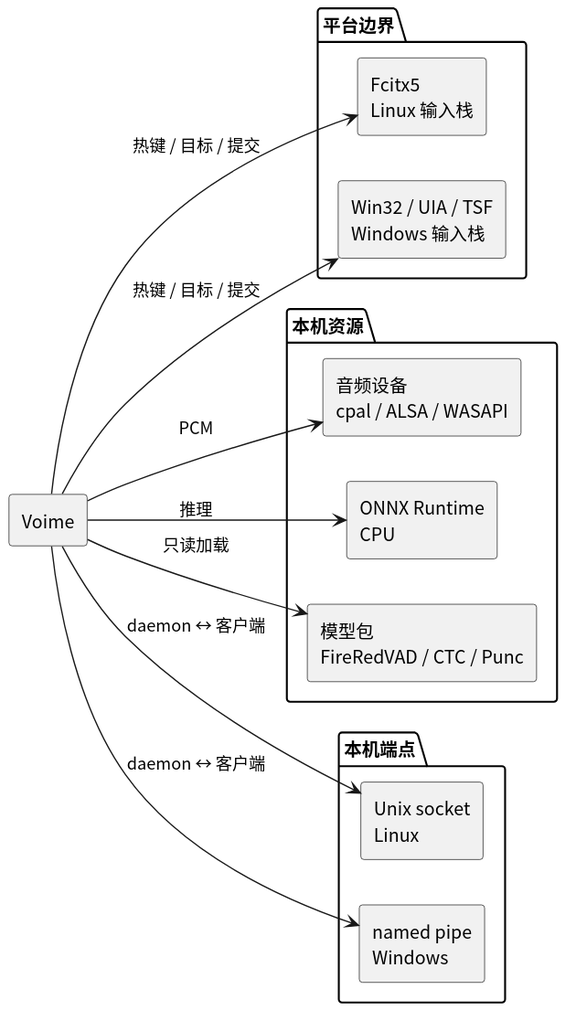
The PlantUML diagram diagram/provider-map.svg in 54m43lJ/voime, before a commit.
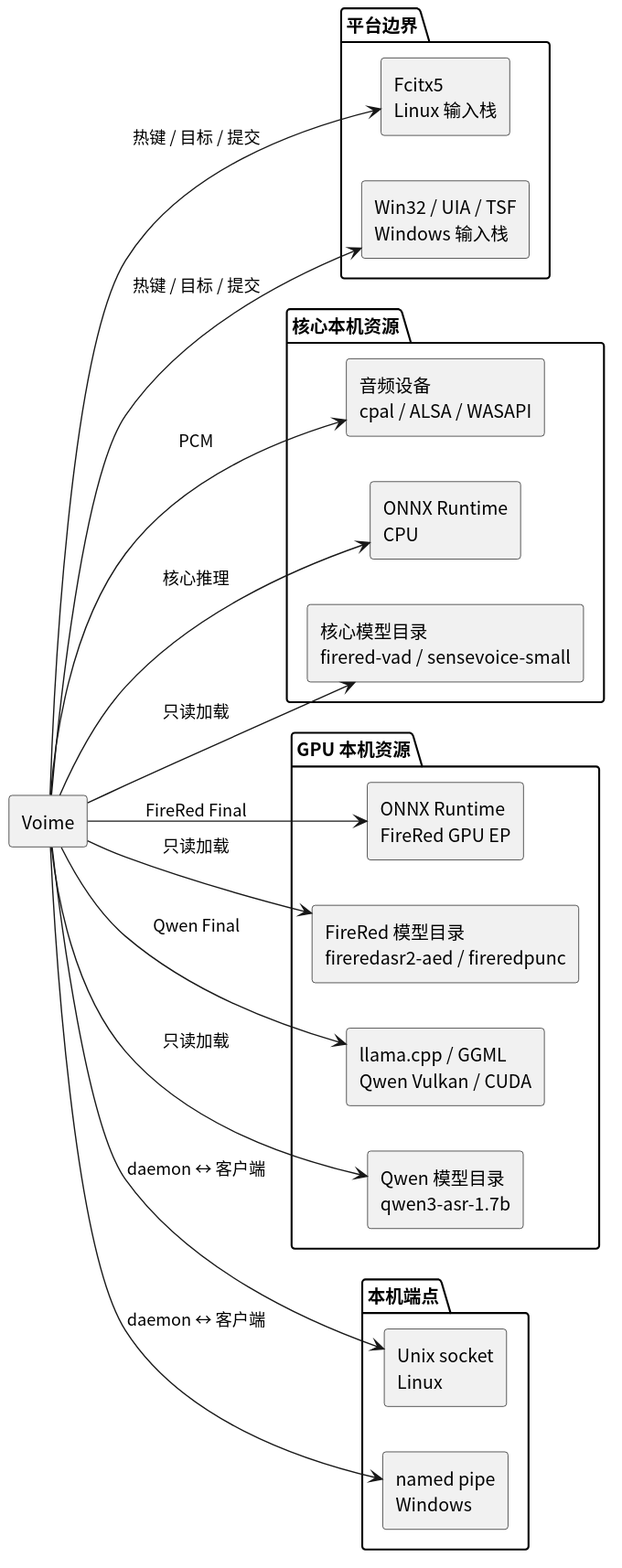
After the change.

Diff of the diagram source:
```diff
@@ -11,10 +11,17 @@
   component "Win32 / UIA / TSF\nWindows 输入栈" as Win
 }
 
-package "本机资源" {
+package "核心本机资源" {
   component "音频设备\ncpal / ALSA / WASAPI" as Audio
-  component "ONNX Runtime\nCPU" as Ort
-  component "模型包\nFireRedVAD / CTC / Punc" as Models
+  component "ONNX Runtime\nCPU" as OrtCpu
+  component "核心模型目录\nfirered-vad / sensevoice-small" as CoreModels
+}
+
+package "GPU 本机资源" {
+  component "ONNX Runtime\nFireRed GPU EP" as OrtGpu
+  component "FireRed 模型目录\nfireredasr2-aed / fireredpunc" as FireredModels
+  component "llama.cpp / GGML\nQwen Vulkan / CUDA" as Llama
+  component "Qwen 模型目录\nqwen3-asr-1.7b" as QwenModels
 }
 
 package "本机端点" {
@@ -25,8 +32,12 @@
 Voime --> Fcitx : 热键 / 目标 / 提交
 Voime --> Win : 热键 / 目标 / 提交
 Voime --> Audio : PCM
-Voime --> Ort : 推理
-Voime --> Models : 只读加载
+Voime --> OrtCpu : 核心推理
+Voime --> CoreModels : 只读加载
+Voime --> OrtGpu : FireRed Final
+Voime --> FireredModels : 只读加载
+Voime --> Llama : Qwen Final
+Voime --> QwenModels : 只读加载
 Voime --> Unix : daemon ↔ 客户端
 Voime --> Pipe : daemon ↔ 客户端
 @enduml
```
